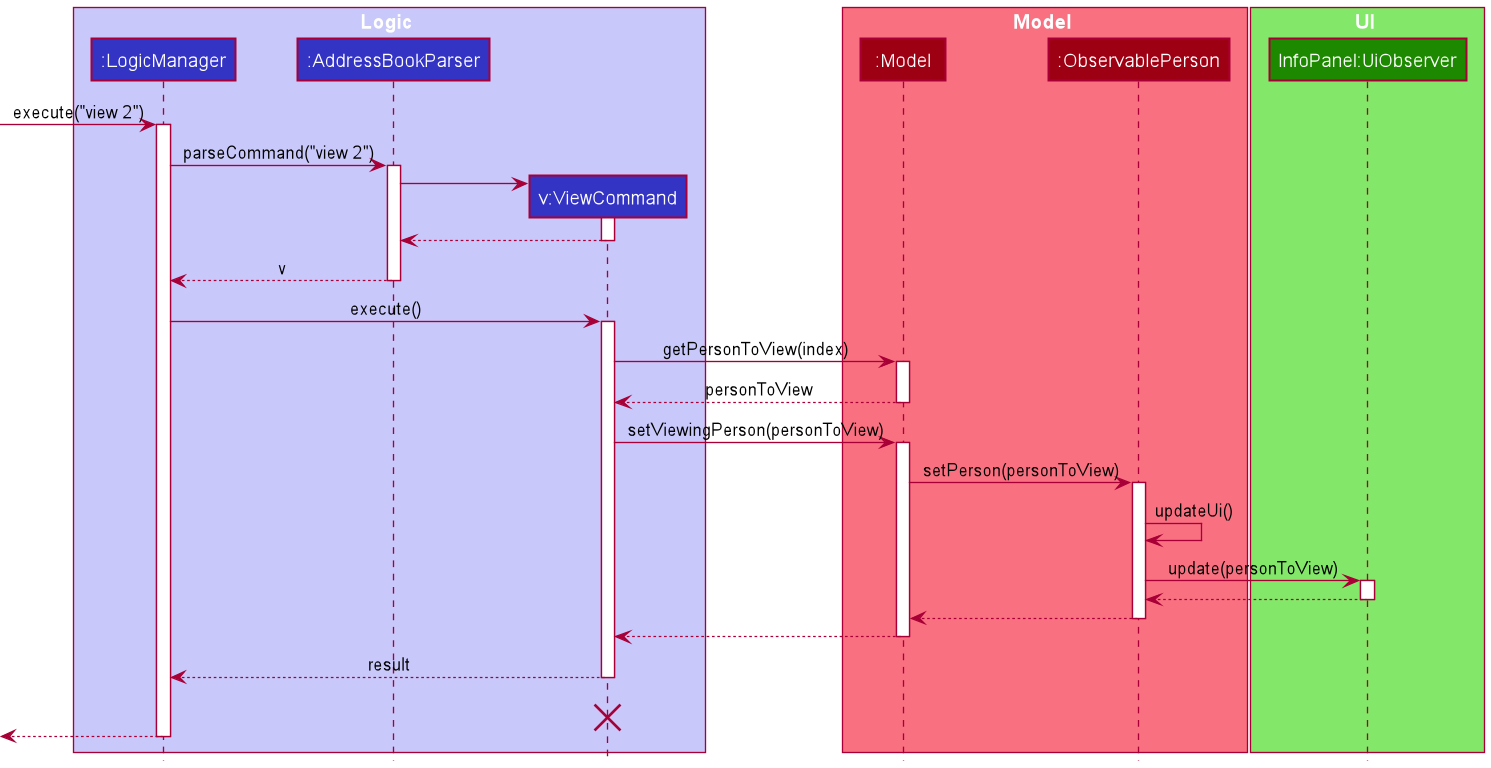
Before: docs/images/ViewSequenceDiagram.png, a diagram exported from PlantUML (szelongq/tp).
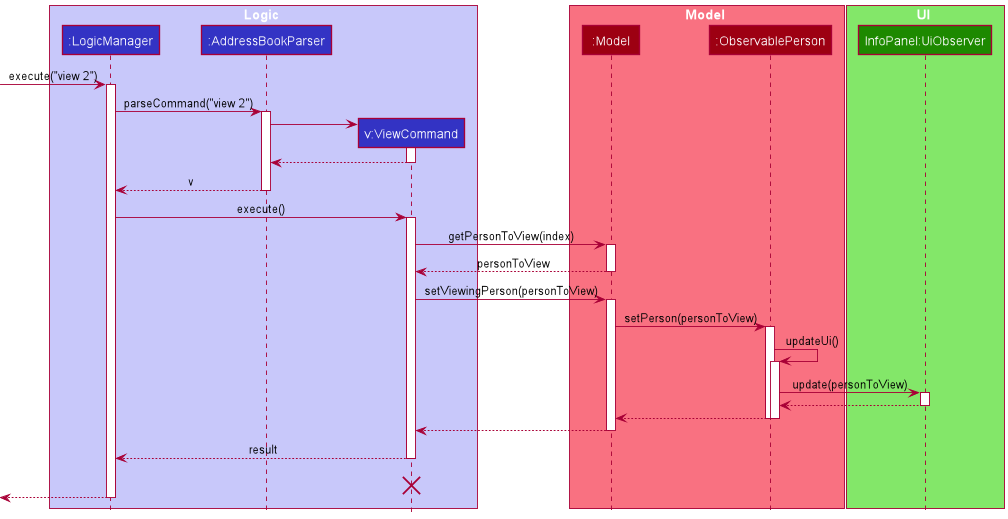
The same file after the commit.

Commit message:
Update InfoPanel Sequence diagram

Diff of the diagram source:
```diff
@@ -48,15 +48,16 @@
 activate ObservablePerson
 
 ObservablePerson -> ObservablePerson : updateUi()
+activate ObservablePerson
 ObservablePerson -> UiObserver : update(personToView)
 activate UiObserver
 
 UiObserver --> ObservablePerson
 deactivate UiObserver
 
-
 ObservablePerson --> Model
 
+deactivate ObservablePerson
 deactivate ObservablePerson
 
 Model --> ViewCommand
```
